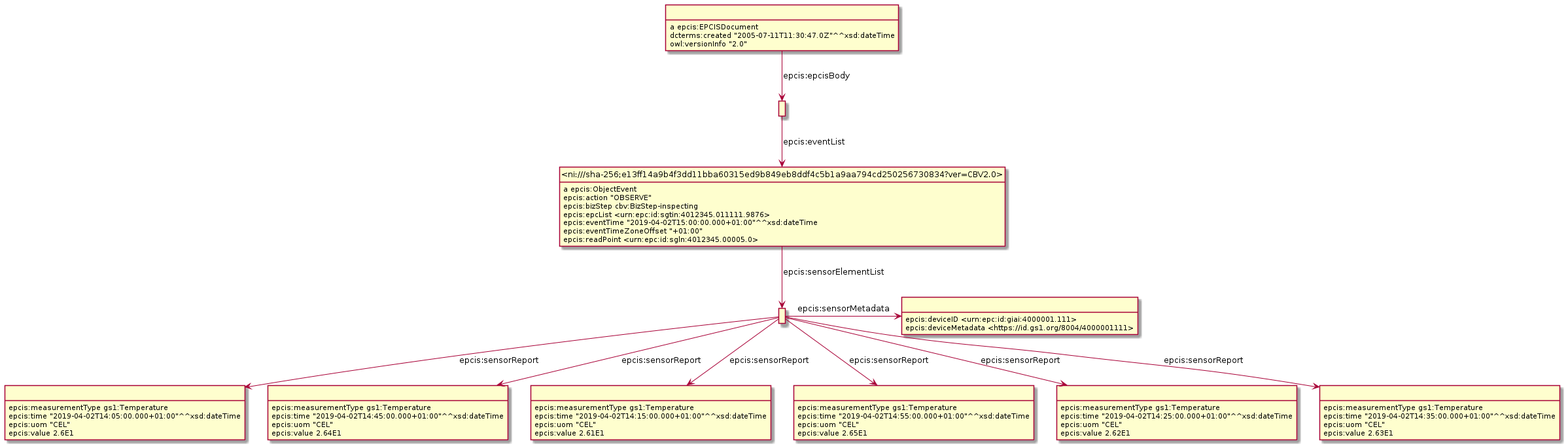
This is Diagrams/WithSensorData/SensorDataExample5.png from gs1/EPCIS, a PlantUML export, as it was before one commit.
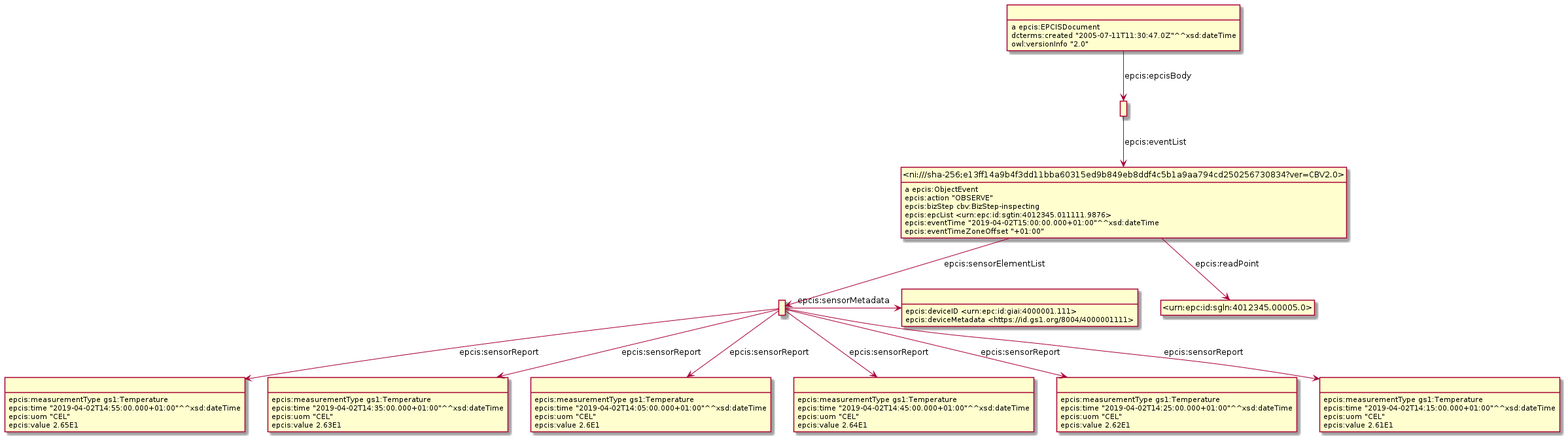
The same diagram one commit later.

Diff of the diagram source:
```diff
@@ -3,61 +3,62 @@
 hide empty attributes
 hide circle
 skinparam classAttributeIconSize 0
-class _r1631889711r7_ as " "
-_r1631889711r7_ : epcis:measurementType gs1:Temperature
-_r1631889711r7_ : epcis:time "2019-04-02T14:05:00.000+01:00"^^xsd:dateTime
-_r1631889711r7_ : epcis:uom "CEL"
-_r1631889711r7_ : epcis:value 2.6E1
-class _r1631889711r3_ as " "
-_r1631889711r3_ : epcis:measurementType gs1:Temperature
-_r1631889711r3_ : epcis:time "2019-04-02T14:45:00.000+01:00"^^xsd:dateTime
-_r1631889711r3_ : epcis:uom "CEL"
-_r1631889711r3_ : epcis:value 2.64E1
-class _r1631889711r1_ as " "
-_r1631889711r1_ : epcis:deviceID <urn:epc:id:giai:4000001.111>
-_r1631889711r1_ : epcis:deviceMetadata <https://id.gs1.org/8004/4000001111>
-class _r1631889711r6_ as " "
-_r1631889711r6_ : epcis:measurementType gs1:Temperature
-_r1631889711r6_ : epcis:time "2019-04-02T14:15:00.000+01:00"^^xsd:dateTime
-_r1631889711r6_ : epcis:uom "CEL"
-_r1631889711r6_ : epcis:value 2.61E1
-class _r1631889711r8_ as " "
-_r1631889711r8_ : a epcis:EPCISDocument
-class _r1631889711r9_ as " "
-_r1631889711r8_ -down-> _r1631889711r9_ : epcis:epcisBody
-_r1631889711r8_ : dcterms:created "2005-07-11T11:30:47.0Z"^^xsd:dateTime
-_r1631889711r8_ : owl:versionInfo "2.0"
-class _r1631889711r2_ as " "
-_r1631889711r2_ : epcis:measurementType gs1:Temperature
-_r1631889711r2_ : epcis:time "2019-04-02T14:55:00.000+01:00"^^xsd:dateTime
-_r1631889711r2_ : epcis:uom "CEL"
-_r1631889711r2_ : epcis:value 2.65E1
-class _r1631889711r5_ as " "
-_r1631889711r5_ : epcis:measurementType gs1:Temperature
-_r1631889711r5_ : epcis:time "2019-04-02T14:25:00.000+01:00"^^xsd:dateTime
-_r1631889711r5_ : epcis:uom "CEL"
-_r1631889711r5_ : epcis:value 2.62E1
-class _r1631889711r4_ as " "
-_r1631889711r4_ : epcis:measurementType gs1:Temperature
-_r1631889711r4_ : epcis:time "2019-04-02T14:35:00.000+01:00"^^xsd:dateTime
-_r1631889711r4_ : epcis:uom "CEL"
-_r1631889711r4_ : epcis:value 2.63E1
+class _r1632232153r2_ as " "
+_r1632232153r2_ : epcis:measurementType gs1:Temperature
+_r1632232153r2_ : epcis:time "2019-04-02T14:55:00.000+01:00"^^xsd:dateTime
+_r1632232153r2_ : epcis:uom "CEL"
+_r1632232153r2_ : epcis:value 2.65E1
+class _r1632232154r4_ as " "
+_r1632232154r4_ : epcis:measurementType gs1:Temperature
+_r1632232154r4_ : epcis:time "2019-04-02T14:35:00.000+01:00"^^xsd:dateTime
+_r1632232154r4_ : epcis:uom "CEL"
+_r1632232154r4_ : epcis:value 2.63E1
+class _r1632232154r7_ as " "
+_r1632232154r7_ : epcis:measurementType gs1:Temperature
+_r1632232154r7_ : epcis:time "2019-04-02T14:05:00.000+01:00"^^xsd:dateTime
+_r1632232154r7_ : epcis:uom "CEL"
+_r1632232154r7_ : epcis:value 2.6E1
+class _r1632232153r3_ as " "
+_r1632232153r3_ : epcis:measurementType gs1:Temperature
+_r1632232153r3_ : epcis:time "2019-04-02T14:45:00.000+01:00"^^xsd:dateTime
+_r1632232153r3_ : epcis:uom "CEL"
+_r1632232153r3_ : epcis:value 2.64E1
+class _r1632232154r5_ as " "
+_r1632232154r5_ : epcis:measurementType gs1:Temperature
+_r1632232154r5_ : epcis:time "2019-04-02T14:25:00.000+01:00"^^xsd:dateTime
+_r1632232154r5_ : epcis:uom "CEL"
+_r1632232154r5_ : epcis:value 2.62E1
+class _r1632232153r0_ as " "
+_r1632232153r0_ -down-> _r1632232154r4_ : epcis:sensorReport
+_r1632232153r0_ -down-> _r1632232154r7_ : epcis:sensorReport
+_r1632232153r0_ -down-> _r1632232153r3_ : epcis:sensorReport
+class _r1632232153r1_ as " "
+_r1632232153r0_ -right-> _r1632232153r1_ : epcis:sensorMetadata
+class _r1632232154r6_ as " "
+_r1632232153r0_ -down-> _r1632232154r6_ : epcis:sensorReport
+_r1632232153r0_ -down-> _r1632232153r2_ : epcis:sensorReport
+_r1632232153r0_ -down-> _r1632232154r5_ : epcis:sensorReport
 class _ni_sha_256_e13ff14a9b4f3dd11bba60315ed9b849eb8ddf4c5b1a9aa794cd250256730834_ver_CBV2_0_ as "<ni:///sha-256;e13ff14a9b4f3dd11bba60315ed9b849eb8ddf4c5b1a9aa794cd250256730834?ver=CBV2.0>"
-_r1631889711r9_ -down-> _ni_sha_256_e13ff14a9b4f3dd11bba60315ed9b849eb8ddf4c5b1a9aa794cd250256730834_ver_CBV2_0_ : epcis:eventList
 _ni_sha_256_e13ff14a9b4f3dd11bba60315ed9b849eb8ddf4c5b1a9aa794cd250256730834_ver_CBV2_0_ : a epcis:ObjectEvent
-class _r1631889711r0_ as " "
-_ni_sha_256_e13ff14a9b4f3dd11bba60315ed9b849eb8ddf4c5b1a9aa794cd250256730834_ver_CBV2_0_ -down-> _r1631889711r0_ : epcis:sensorElementList
+class _urn_epc_id_sgln_4012345_00005_0_ as "<urn:epc:id:sgln:4012345.00005.0>"
+_ni_sha_256_e13ff14a9b4f3dd11bba60315ed9b849eb8ddf4c5b1a9aa794cd250256730834_ver_CBV2_0_ -down-> _urn_epc_id_sgln_4012345_00005_0_ : epcis:readPoint
+_ni_sha_256_e13ff14a9b4f3dd11bba60315ed9b849eb8ddf4c5b1a9aa794cd250256730834_ver_CBV2_0_ -down-> _r1632232153r0_ : epcis:sensorElementList
 _ni_sha_256_e13ff14a9b4f3dd11bba60315ed9b849eb8ddf4c5b1a9aa794cd250256730834_ver_CBV2_0_ : epcis:action "OBSERVE"
 _ni_sha_256_e13ff14a9b4f3dd11bba60315ed9b849eb8ddf4c5b1a9aa794cd250256730834_ver_CBV2_0_ : epcis:bizStep cbv:BizStep-inspecting
 _ni_sha_256_e13ff14a9b4f3dd11bba60315ed9b849eb8ddf4c5b1a9aa794cd250256730834_ver_CBV2_0_ : epcis:epcList <urn:epc:id:sgtin:4012345.011111.9876>
 _ni_sha_256_e13ff14a9b4f3dd11bba60315ed9b849eb8ddf4c5b1a9aa794cd250256730834_ver_CBV2_0_ : epcis:eventTime "2019-04-02T15:00:00.000+01:00"^^xsd:dateTime
 _ni_sha_256_e13ff14a9b4f3dd11bba60315ed9b849eb8ddf4c5b1a9aa794cd250256730834_ver_CBV2_0_ : epcis:eventTimeZoneOffset "+01:00"
-_ni_sha_256_e13ff14a9b4f3dd11bba60315ed9b849eb8ddf4c5b1a9aa794cd250256730834_ver_CBV2_0_ : epcis:readPoint <urn:epc:id:sgln:4012345.00005.0>
-_r1631889711r0_ -down-> _r1631889711r4_ : epcis:sensorReport
-_r1631889711r0_ -down-> _r1631889711r7_ : epcis:sensorReport
-_r1631889711r0_ -down-> _r1631889711r6_ : epcis:sensorReport
-_r1631889711r0_ -right-> _r1631889711r1_ : epcis:sensorMetadata
-_r1631889711r0_ -down-> _r1631889711r2_ : epcis:sensorReport
-_r1631889711r0_ -down-> _r1631889711r3_ : epcis:sensorReport
-_r1631889711r0_ -down-> _r1631889711r5_ : epcis:sensorReport
+class _r1632232154r8_ as " "
+_r1632232154r8_ : a epcis:EPCISDocument
+class _r1632232154r9_ as " "
+_r1632232154r8_ -down-> _r1632232154r9_ : epcis:epcisBody
+_r1632232154r8_ : dcterms:created "2005-07-11T11:30:47.0Z"^^xsd:dateTime
+_r1632232154r8_ : owl:versionInfo "2.0"
+_r1632232154r6_ : epcis:measurementType gs1:Temperature
+_r1632232154r6_ : epcis:time "2019-04-02T14:15:00.000+01:00"^^xsd:dateTime
+_r1632232154r6_ : epcis:uom "CEL"
+_r1632232154r6_ : epcis:value 2.61E1
+_r1632232153r1_ : epcis:deviceID <urn:epc:id:giai:4000001.111>
+_r1632232153r1_ : epcis:deviceMetadata <https://id.gs1.org/8004/4000001111>
+_r1632232154r9_ -down-> _ni_sha_256_e13ff14a9b4f3dd11bba60315ed9b849eb8ddf4c5b1a9aa794cd250256730834_ver_CBV2_0_ : epcis:eventList
 @enduml
```
